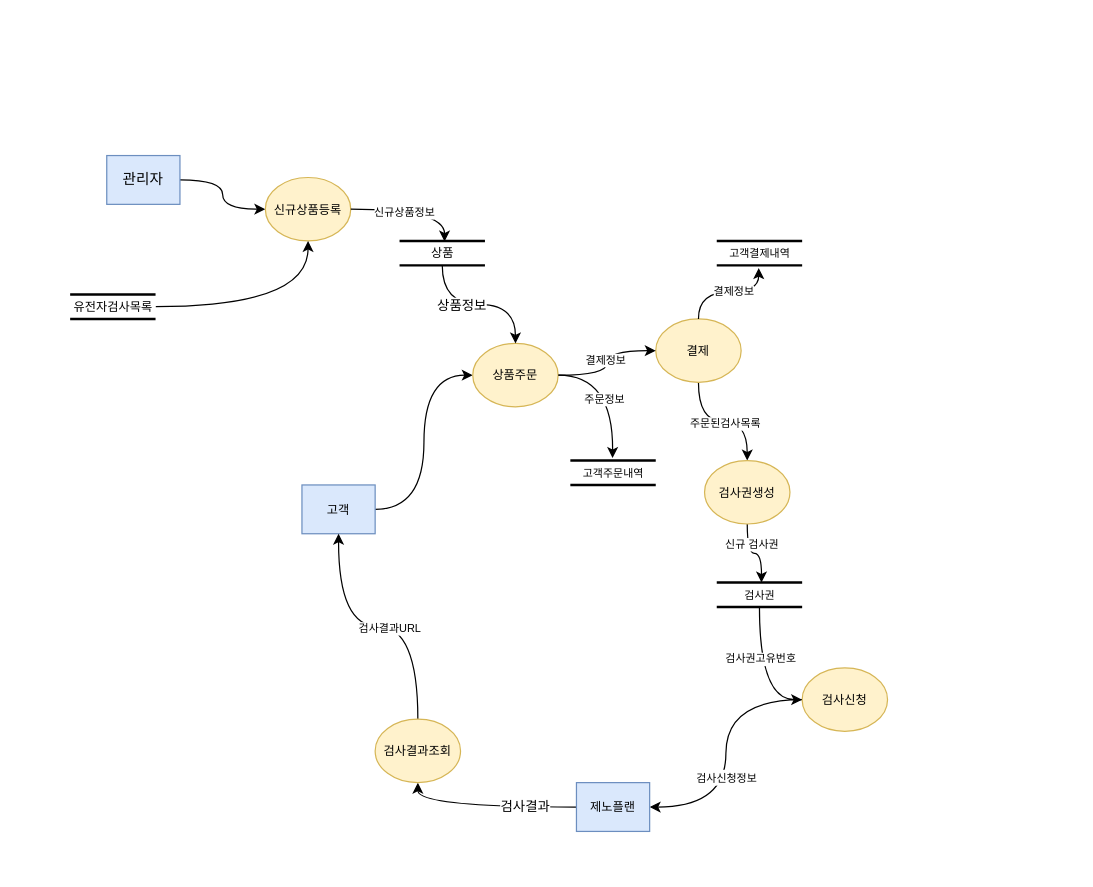
Above: DFD_제노플랜.drawio in k3srpn/Architecture (draw.io), before the change. Source tidied: cells renumbered, new cells numbered last; positions are measured from the earlier drawing's top-left corner, leaving out a move shared by most shapes. Both pictures are drawn from the tidied source at 122%, with x=0, y=0 at pixel (70, 155).
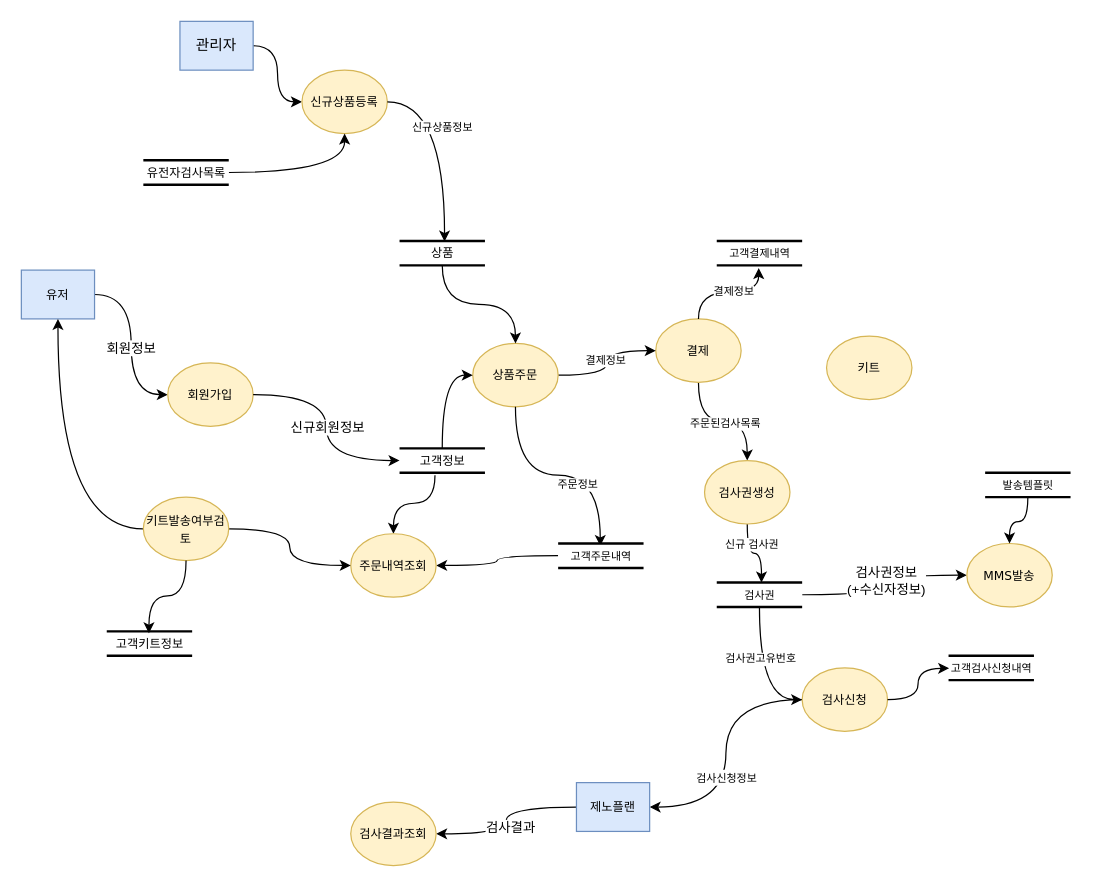
After the change.

The change refers to these unchanged cells:
```xml
<mxCell id="7" value="&lt;font style=&quot;font-size: 10px;&quot;&gt;검사신청&lt;/font&gt;" style="ellipse;whiteSpace=wrap;html=1;rounded=1;shadow=0;comic=0;labelBackgroundColor=none;strokeWidth=1;fontFamily=Verdana;fontSize=12;align=center;fillColor=#fff2cc;strokeColor=#d6b656;" parent="1" vertex="1">
  <mxGeometry x="600" y="420" width="70" height="52" as="geometry" />
</mxCell>
<mxCell id="13" value="&lt;font style=&quot;font-size: 10px;&quot;&gt;상품주문&lt;/font&gt;" style="ellipse;whiteSpace=wrap;html=1;rounded=1;shadow=0;comic=0;labelBackgroundColor=none;strokeWidth=1;fontFamily=Verdana;fontSize=12;align=center;fillColor=#fff2cc;strokeColor=#d6b656;" parent="1" vertex="1">
  <mxGeometry x="330" y="154" width="70" height="52" as="geometry" />
</mxCell>
<mxCell id="19" value="&lt;span style=&quot;font-size: 10px;&quot;&gt;제노플랜&lt;/span&gt;" style="rounded=0;whiteSpace=wrap;html=1;fillColor=#dae8fc;strokeColor=#6c8ebf;" parent="1" vertex="1">
  <mxGeometry x="415" y="514" width="60" height="40" as="geometry" />
</mxCell>
<mxCell id="27" value="&lt;font style=&quot;font-size: 9px;&quot;&gt;검사권&lt;/font&gt;" style="html=1;rounded=0;shadow=0;comic=0;labelBackgroundColor=none;strokeWidth=2;fontFamily=Verdana;fontSize=12;align=center;shape=mxgraph.ios7ui.horLines;" parent="1" vertex="1">
  <mxGeometry x="530" y="350" width="70" height="20" as="geometry" />
</mxCell>
<mxCell id="36" style="edgeStyle=orthogonalEdgeStyle;rounded=0;jettySize=auto;html=1;entryX=0.5;entryY=0;entryDx=0;entryDy=0;curved=1;" parent="1" edge="1" source="38" target="13">
  <mxGeometry relative="1" as="geometry" />
</mxCell>
```

Diff of the diagram source:
```diff
@@
-    <mxCell id="3" style="edgeStyle=orthogonalEdgeStyle;rounded=0;jettySize=auto;html=1;entryX=0;entryY=0.5;entryDx=0;entryDy=0;curved=1;" parent="1" edge="1" source="4" target="13">
-      <mxGeometry relative="1" as="geometry" />
-    </mxCell>
-    <mxCell id="4" value="&lt;font style=&quot;font-size: 10px;&quot;&gt;고객&lt;/font&gt;" style="rounded=0;whiteSpace=wrap;html=1;fillColor=#dae8fc;strokeColor=#6c8ebf;" parent="1" vertex="1">
-      <mxGeometry x="190" y="270" width="60" height="40" as="geometry" />
-    </mxCell>
@@
-    <mxCell id="14" style="edgeStyle=orthogonalEdgeStyle;rounded=0;jettySize=auto;html=1;entryX=0.494;entryY=-0.105;entryDx=0;entryDy=0;entryPerimeter=0;curved=1;" parent="1" edge="1" source="13">
-      <mxGeometry relative="1" as="geometry">
-        <mxPoint x="444.6" y="247.9" as="targetPoint" />
-      </mxGeometry>
+    <mxCell id="14" style="edgeStyle=orthogonalEdgeStyle;rounded=0;jettySize=auto;html=1;entryX=0.493;entryY=0.1;entryDx=0;entryDy=0;entryPerimeter=0;curved=1;" parent="1" edge="1" source="13" target="16">
+      <mxGeometry relative="1" as="geometry" />
     </mxCell>
@@
+    <mxCell id="41" style="edgeStyle=orthogonalEdgeStyle;rounded=0;jettySize=auto;html=1;entryX=1;entryY=0.5;entryDx=0;entryDy=0;curved=1;" parent="1" edge="1" source="16" target="58">
+      <mxGeometry relative="1" as="geometry" />
+    </mxCell>
     <mxCell id="16" value="&lt;font style=&quot;font-size: 9px;&quot;&gt;고객주문내역&lt;/font&gt;" style="html=1;rounded=0;shadow=0;comic=0;labelBackgroundColor=none;strokeWidth=2;fontFamily=Verdana;fontSize=12;align=center;shape=mxgraph.ios7ui.horLines;" parent="1" vertex="1">
-      <mxGeometry x="410" y="250" width="70" height="20" as="geometry" />
+      <mxGeometry x="400" y="318" width="70" height="20" as="geometry" />
     </mxCell>
-    <mxCell id="17" style="edgeStyle=orthogonalEdgeStyle;rounded=0;jettySize=auto;html=1;entryX=0.5;entryY=1;entryDx=0;entryDy=0;curved=1;" parent="1" edge="1" source="19" target="30">
+    <mxCell id="17" style="edgeStyle=orthogonalEdgeStyle;rounded=0;jettySize=auto;html=1;entryX=1;entryY=0.5;entryDx=0;entryDy=0;curved=1;" parent="1" edge="1" source="19" target="30">
       <mxGeometry relative="1" as="geometry" />
     </mxCell>
     <mxCell id="18" value="검사결과" style="edgeLabel;html=1;align=center;verticalAlign=middle;" parent="17" vertex="1">
-      <mxGeometry x="-0.43" y="-1" relative="1" as="geometry" />
+      <mxGeometry x="-0.43" y="-1" relative="1" as="geometry">
+        <mxPoint x="-16" y="17" as="offset" />
+      </mxGeometry>
     </mxCell>
@@
+    <mxCell id="42" style="edgeStyle=orthogonalEdgeStyle;rounded=0;jettySize=auto;html=1;entryX=0;entryY=0.5;entryDx=0;entryDy=0;curved=1;" parent="1" edge="1" source="27" target="46">
+      <mxGeometry relative="1" as="geometry" />
+    </mxCell>
+    <mxCell id="43" value="검사권정보&lt;br&gt;(+수신자정보)" style="edgeLabel;html=1;align=center;verticalAlign=middle;" parent="42" vertex="1">
+      <mxGeometry x="0.04" y="-1" relative="1" as="geometry" />
+    </mxCell>
@@
-    <mxCell id="28" style="edgeStyle=orthogonalEdgeStyle;rounded=0;jettySize=auto;html=1;entryX=0.5;entryY=1;entryDx=0;entryDy=0;curved=1;" parent="1" edge="1" source="30" target="4">
-      <mxGeometry relative="1" as="geometry" />
-    </mxCell>
-    <mxCell id="29" value="검사결과URL" style="edgeLabel;html=1;align=center;verticalAlign=middle;fontSize=9;" parent="28" vertex="1">
-      <mxGeometry x="-0.08" y="1" relative="1" as="geometry" />
-    </mxCell>
     <mxCell id="30" value="&lt;span style=&quot;font-size: 10px;&quot;&gt;검사결과조회&lt;/span&gt;" style="ellipse;whiteSpace=wrap;html=1;rounded=1;shadow=0;comic=0;labelBackgroundColor=none;strokeWidth=1;fontFamily=Verdana;fontSize=12;align=center;fillColor=#fff2cc;strokeColor=#d6b656;" parent="1" vertex="1">
-      <mxGeometry x="250" y="462" width="70" height="52" as="geometry" />
+      <mxGeometry x="230" y="530" width="70" height="52" as="geometry" />
     </mxCell>
@@
     <mxCell id="32" value="관리자" style="rounded=0;whiteSpace=wrap;html=1;fillColor=#dae8fc;strokeColor=#6c8ebf;" parent="1" vertex="1">
-      <mxGeometry x="30" width="60" height="40" as="geometry" />
+      <mxGeometry x="90" y="-110" width="60" height="40" as="geometry" />
     </mxCell>
     <mxCell id="33" value="&lt;span style=&quot;font-size: 10px;&quot;&gt;신규상품등록&lt;/span&gt;" style="ellipse;whiteSpace=wrap;html=1;rounded=1;shadow=0;comic=0;labelBackgroundColor=none;strokeWidth=1;fontFamily=Verdana;fontSize=12;align=center;fillColor=#fff2cc;strokeColor=#d6b656;" parent="1" vertex="1">
-      <mxGeometry x="160" y="18" width="70" height="52" as="geometry" />
+      <mxGeometry x="190" y="-70" width="70" height="52" as="geometry" />
     </mxCell>
@@
     <mxCell id="35" value="&lt;font size=&quot;1&quot;&gt;유전자검사목록&lt;/font&gt;" style="html=1;rounded=0;shadow=0;comic=0;labelBackgroundColor=none;strokeWidth=2;fontFamily=Verdana;fontSize=12;align=center;shape=mxgraph.ios7ui.horLines;" parent="1" vertex="1">
-      <mxGeometry y="113.9" width="70" height="20" as="geometry" />
+      <mxGeometry x="60" y="3.9" width="70" height="20" as="geometry" />
     </mxCell>
@@
-    <mxCell id="37" value="상품정보" style="edgeLabel;html=1;align=center;verticalAlign=middle;" parent="36" vertex="1">
-      <mxGeometry x="-0.25" relative="1" as="geometry" />
-    </mxCell>
@@
+    <mxCell id="44" value="&lt;font style=&quot;font-size: 9px;&quot;&gt;고객검사신청내역&lt;/font&gt;" style="html=1;rounded=0;shadow=0;comic=0;labelBackgroundColor=none;strokeWidth=2;fontFamily=Verdana;fontSize=12;align=center;shape=mxgraph.ios7ui.horLines;" parent="1" vertex="1">
+      <mxGeometry x="720" y="410" width="70" height="20" as="geometry" />
+    </mxCell>
+    <mxCell id="45" style="edgeStyle=orthogonalEdgeStyle;rounded=0;jettySize=auto;html=1;entryX=0.007;entryY=0.514;entryDx=0;entryDy=0;entryPerimeter=0;curved=1;" parent="1" edge="1" source="7" target="44">
+      <mxGeometry relative="1" as="geometry" />
+    </mxCell>
+    <mxCell id="46" value="&lt;span style=&quot;font-size: 10px;&quot;&gt;MMS발송&lt;/span&gt;" style="ellipse;whiteSpace=wrap;html=1;rounded=1;shadow=0;comic=0;labelBackgroundColor=none;strokeWidth=1;fontFamily=Verdana;fontSize=12;align=center;fillColor=#fff2cc;strokeColor=#d6b656;" parent="1" vertex="1">
+      <mxGeometry x="735" y="318" width="70" height="52" as="geometry" />
+    </mxCell>
+    <mxCell id="47" style="edgeStyle=orthogonalEdgeStyle;rounded=0;jettySize=auto;html=1;curved=1;entryX=0.5;entryY=0;entryDx=0;entryDy=0;" parent="1" edge="1" source="48" target="46">
+      <mxGeometry relative="1" as="geometry" />
+    </mxCell>
+    <mxCell id="48" value="&lt;font style=&quot;font-size: 9px;&quot;&gt;발송템플릿&lt;/font&gt;" style="html=1;rounded=0;shadow=0;comic=0;labelBackgroundColor=none;strokeWidth=2;fontFamily=Verdana;fontSize=12;align=center;shape=mxgraph.ios7ui.horLines;" parent="1" vertex="1">
+      <mxGeometry x="750" y="260" width="70" height="20" as="geometry" />
+    </mxCell>
+    <mxCell id="49" style="edgeStyle=orthogonalEdgeStyle;rounded=0;jettySize=auto;html=1;entryX=0;entryY=0.5;entryDx=0;entryDy=0;curved=1;" parent="1" edge="1" source="51" target="52">
+      <mxGeometry relative="1" as="geometry" />
+    </mxCell>
+    <mxCell id="50" value="회원정보" style="edgeLabel;html=1;align=center;verticalAlign=middle;" parent="49" vertex="1">
+      <mxGeometry x="-0.24" y="-1" relative="1" as="geometry">
+        <mxPoint y="20" as="offset" />
+      </mxGeometry>
+    </mxCell>
+    <mxCell id="51" value="&lt;span style=&quot;font-size: 10px;&quot;&gt;유저&lt;/span&gt;" style="rounded=0;whiteSpace=wrap;html=1;fillColor=#dae8fc;strokeColor=#6c8ebf;" parent="1" vertex="1">
+      <mxGeometry x="-40" y="93.9" width="60" height="40" as="geometry" />
+    </mxCell>
+    <mxCell id="52" value="&lt;span style=&quot;font-size: 10px;&quot;&gt;회원가입&lt;/span&gt;" style="ellipse;whiteSpace=wrap;html=1;rounded=1;shadow=0;comic=0;labelBackgroundColor=none;strokeWidth=1;fontFamily=Verdana;fontSize=12;align=center;fillColor=#fff2cc;strokeColor=#d6b656;" parent="1" vertex="1">
+      <mxGeometry x="80" y="170" width="70" height="52" as="geometry" />
+    </mxCell>
+    <mxCell id="53" style="edgeStyle=orthogonalEdgeStyle;rounded=0;jettySize=auto;html=1;entryX=0;entryY=0.5;entryDx=0;entryDy=0;curved=1;" parent="1" edge="1" source="55" target="13">
+      <mxGeometry relative="1" as="geometry" />
+    </mxCell>
+    <mxCell id="54" style="edgeStyle=orthogonalEdgeStyle;rounded=0;jettySize=auto;html=1;entryX=0.5;entryY=0;entryDx=0;entryDy=0;curved=1;exitX=0.415;exitY=1.1;exitDx=0;exitDy=0;exitPerimeter=0;" parent="1" edge="1" source="55" target="58">
+      <mxGeometry relative="1" as="geometry">
+        <Array as="points">
+          <mxPoint x="299" y="285" />
+          <mxPoint x="265" y="285" />
+        </Array>
+      </mxGeometry>
+    </mxCell>
+    <mxCell id="55" value="&lt;font size=&quot;1&quot;&gt;고객정보&lt;/font&gt;" style="html=1;rounded=0;shadow=0;comic=0;labelBackgroundColor=none;strokeWidth=2;fontFamily=Verdana;fontSize=12;align=center;shape=mxgraph.ios7ui.horLines;" parent="1" vertex="1">
+      <mxGeometry x="270" y="240" width="70" height="20" as="geometry" />
+    </mxCell>
+    <mxCell id="56" style="edgeStyle=orthogonalEdgeStyle;rounded=0;jettySize=auto;html=1;entryX=0;entryY=0.499;entryDx=0;entryDy=0;entryPerimeter=0;curved=1;exitX=1;exitY=0.5;exitDx=0;exitDy=0;" parent="1" edge="1" source="52" target="55">
+      <mxGeometry relative="1" as="geometry" />
+    </mxCell>
+    <mxCell id="57" value="신규회원정보" style="edgeLabel;html=1;align=center;verticalAlign=middle;" parent="56" vertex="1">
+      <mxGeometry x="-0.32" y="-11" relative="1" as="geometry">
+        <mxPoint x="1" y="15" as="offset" />
+      </mxGeometry>
+    </mxCell>
+    <mxCell id="58" value="&lt;span style=&quot;font-size: 10px;&quot;&gt;주문내역조회&lt;/span&gt;" style="ellipse;whiteSpace=wrap;html=1;rounded=1;shadow=0;comic=0;labelBackgroundColor=none;strokeWidth=1;fontFamily=Verdana;fontSize=12;align=center;fillColor=#fff2cc;strokeColor=#d6b656;" parent="1" vertex="1">
+      <mxGeometry x="230" y="310" width="70" height="52" as="geometry" />
+    </mxCell>
+    <mxCell id="59" value="&lt;span style=&quot;font-size: 10px;&quot;&gt;키트&lt;/span&gt;" style="ellipse;whiteSpace=wrap;html=1;rounded=1;shadow=0;comic=0;labelBackgroundColor=none;strokeWidth=1;fontFamily=Verdana;fontSize=12;align=center;fillColor=#fff2cc;strokeColor=#d6b656;" parent="1" vertex="1">
+      <mxGeometry x="620" y="148" width="70" height="52" as="geometry" />
+    </mxCell>
+    <mxCell id="60" style="edgeStyle=orthogonalEdgeStyle;rounded=0;jettySize=auto;html=1;entryX=0;entryY=0.5;entryDx=0;entryDy=0;curved=1;" parent="1" edge="1" source="62" target="58">
+      <mxGeometry relative="1" as="geometry" />
+    </mxCell>
+    <mxCell id="61" style="edgeStyle=orthogonalEdgeStyle;rounded=0;jettySize=auto;html=1;entryX=0.5;entryY=1;entryDx=0;entryDy=0;curved=1;" parent="1" edge="1" source="62" target="51">
+      <mxGeometry relative="1" as="geometry" />
+    </mxCell>
+    <mxCell id="62" value="&lt;span style=&quot;font-size: 10px;&quot;&gt;키트발송여부검토&lt;/span&gt;" style="ellipse;whiteSpace=wrap;html=1;rounded=1;shadow=0;comic=0;labelBackgroundColor=none;strokeWidth=1;fontFamily=Verdana;fontSize=12;align=center;fillColor=#fff2cc;strokeColor=#d6b656;" parent="1" vertex="1">
+      <mxGeometry x="60" y="280" width="70" height="52" as="geometry" />
+    </mxCell>
+    <mxCell id="63" value="&lt;font size=&quot;1&quot;&gt;고객키트정보&lt;/font&gt;" style="html=1;rounded=0;shadow=0;comic=0;labelBackgroundColor=none;strokeWidth=2;fontFamily=Verdana;fontSize=12;align=center;shape=mxgraph.ios7ui.horLines;" parent="1" vertex="1">
+      <mxGeometry x="30" y="390" width="70" height="20" as="geometry" />
+    </mxCell>
+    <mxCell id="64" style="edgeStyle=orthogonalEdgeStyle;rounded=0;jettySize=auto;html=1;entryX=0.494;entryY=0.078;entryDx=0;entryDy=0;entryPerimeter=0;curved=1;" parent="1" edge="1" source="62" target="63">
+      <mxGeometry relative="1" as="geometry" />
+    </mxCell>
```
